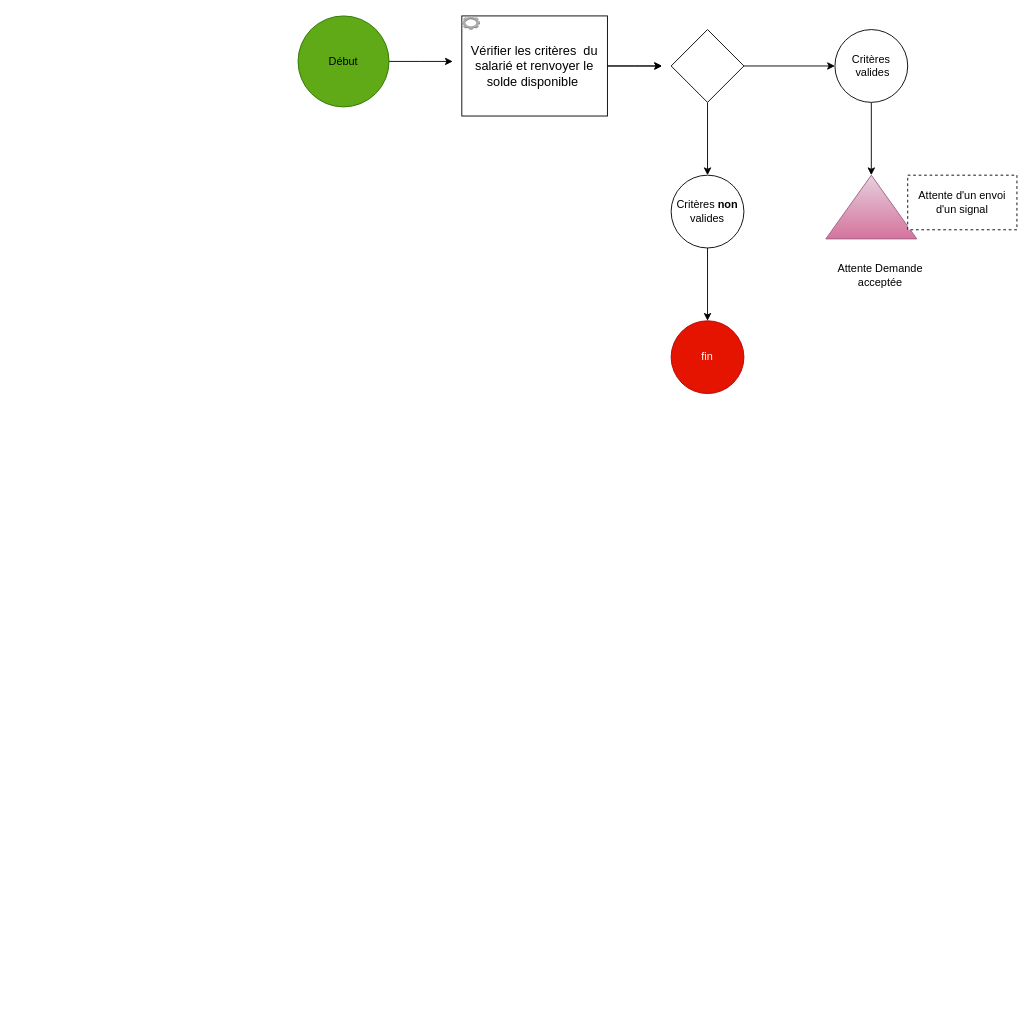
The draw.io diagram Diagramme sans nom.drawio in arabam13/workflow, before the edit. Source tidied: cells renumbered, new cells numbered last; positions are measured from the earlier drawing's top-left corner, leaving out a move shared by most shapes. Both pictures are drawn from the tidied source at 91%, with x=0, y=0 at pixel (298, 15).
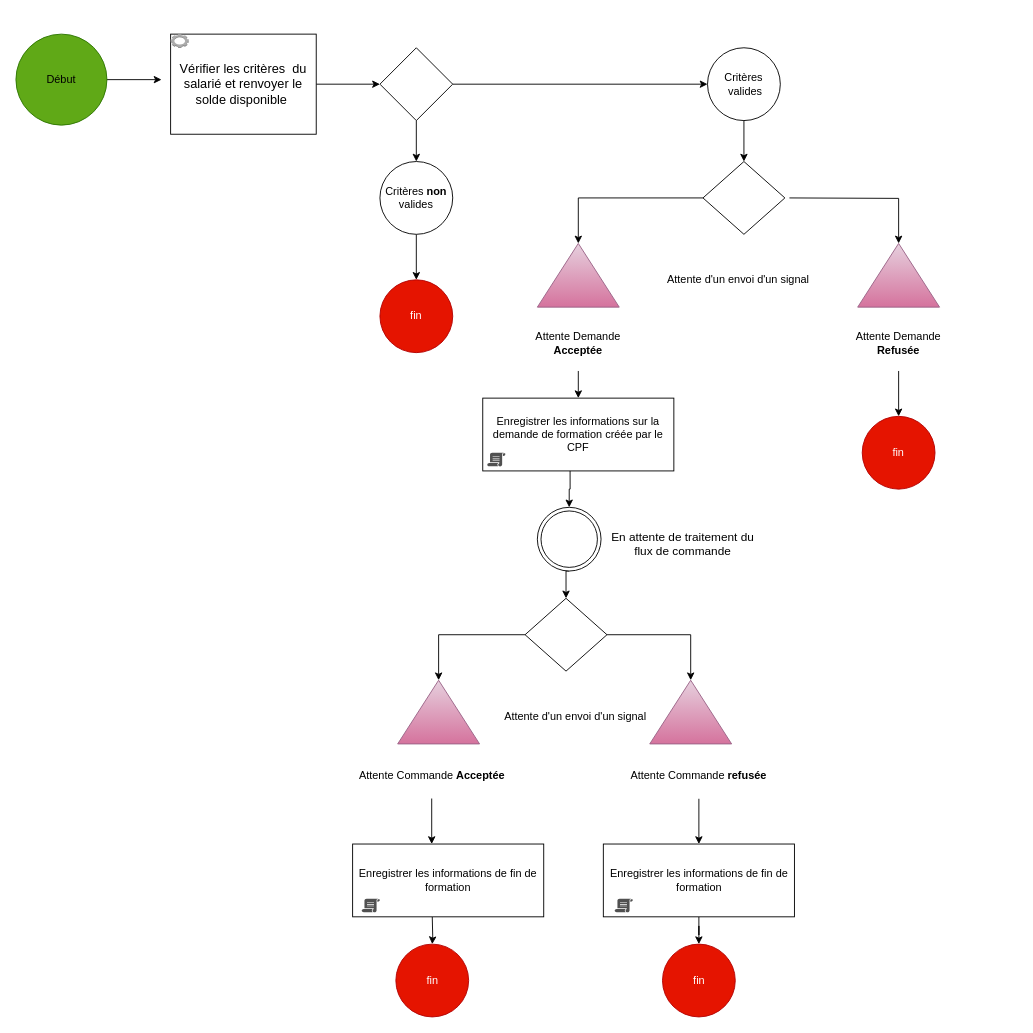
The same diagram, later.

Commit message:
Mettre à jour Diagramme sans nom.drawio

The edit, as a diff of the source:
```diff
@@
-    <mxCell id="2" style="edgeStyle=orthogonalEdgeStyle;rounded=0;jettySize=auto;html=1;" parent="1" edge="1" source="3">
+    <mxCell id="2" style="edgeStyle=orthogonalEdgeStyle;rounded=0;orthogonalLoop=1;jettySize=auto;html=1;" parent="1" edge="1">
       <mxGeometry relative="1" as="geometry">
-        <mxPoint x="170" y="50" as="targetPoint" />
+        <mxPoint x="-220" y="70" as="sourcePoint" />
+        <mxPoint x="-150" y="70" as="targetPoint" />
       </mxGeometry>
     </mxCell>
     <mxCell id="3" value="Début" style="ellipse;whiteSpace=wrap;html=1;shapeInside=1;fillColor=#60a917;fontColor=light-dark(#000000, #121212);strokeColor=#2D7600;" parent="1" vertex="1">
-      <mxGeometry width="100" height="100" as="geometry" />
+      <mxGeometry x="-310" y="20" width="100" height="100" as="geometry" />
     </mxCell>
-    <mxCell id="4" style="edgeStyle=orthogonalEdgeStyle;rounded=0;orthogonalLoop=1;jettySize=auto;html=1;innerLoopWaypoints=1;exitX=0.5;exitY=1;exitDx=0;exitDy=0;" parent="1" edge="1" source="3" target="3">
-      <mxGeometry relative="1" as="geometry" />
+    <mxCell id="4" style="edgeStyle=orthogonalEdgeStyle;rounded=0;orthogonalLoop=1;jettySize=auto;html=1;innerLoopWaypoints=1;exitX=0.5;exitY=1;exitDx=0;exitDy=0;" parent="1" edge="1">
+      <mxGeometry relative="1" as="geometry">
+        <mxPoint x="-270" y="120" as="sourcePoint" />
+        <mxPoint x="-270" y="120" as="targetPoint" />
+      </mxGeometry>
     </mxCell>
-    <mxCell id="5" style="edgeStyle=orthogonalEdgeStyle;rounded=0;jettySize=auto;html=1;" parent="1" edge="1" source="6">
-      <mxGeometry relative="1" as="geometry">
-        <mxPoint x="400" y="55" as="targetPoint" />
-      </mxGeometry>
+    <mxCell id="5" style="edgeStyle=orthogonalEdgeStyle;rounded=0;jettySize=auto;html=1;entryX=0;entryY=0.5;entryDx=0;entryDy=0;" parent="1" edge="1" source="6" target="13">
+      <mxGeometry relative="1" as="geometry" />
     </mxCell>
     <mxCell id="6" value="Vérifier les critères&amp;nbsp; du salarié et renvoyer le solde disponible&amp;nbsp;" style="rounded=0;whiteSpace=wrap;html=1;fontSize=14;" parent="1" vertex="1">
-      <mxGeometry x="180" width="160" height="110" as="geometry" />
+      <mxGeometry x="-140" y="20" width="160" height="110" as="geometry" />
     </mxCell>
     <mxCell id="7" style="dashed=0;verticalLabelPosition=bottom;verticalAlign=top;align=center;html=1;shape=mxgraph.aws3.human_intelligence_tasks_hit;fillColor=#ACACAC;gradientColor=none;" parent="1" vertex="1">
-      <mxGeometry x="180" width="20" height="15" as="geometry" />
+      <mxGeometry x="-140" y="20" width="20" height="15" as="geometry" />
     </mxCell>
     <mxCell id="8" style="verticalLabelPosition=bottom;verticalAlign=top;html=1;shape=mxgraph.basic.acute_triangle;dx=0.5;fillColor=#e6d0de;strokeColor=#996185;gradientColor=#d5739d;" parent="1" vertex="1">
-      <mxGeometry x="580" y="175" width="100" height="70" as="geometry" />
+      <mxGeometry x="263" y="250" width="90" height="70" as="geometry" />
     </mxCell>
+    <mxCell id="20" style="edgeStyle=orthogonalEdgeStyle;rounded=0;jettySize=auto;html=1;exitX=0.5;exitY=1;exitDx=0;exitDy=0;entryX=0.5;entryY=0;entryDx=0;entryDy=0;" parent="1" edge="1" source="9" target="30">
+      <mxGeometry relative="1" as="geometry" />
+    </mxCell>
-    <mxCell id="9" value="Attente Demande acceptée" style="rounded=0;whiteSpace=wrap;html=1;fillColor=default;strokeColor=none;" parent="1" vertex="1">
-      <mxGeometry x="580" y="255" width="120" height="60" as="geometry" />
+    <mxCell id="9" value="Attente Demande &lt;b&gt;Acceptée&lt;/b&gt;" style="rounded=0;whiteSpace=wrap;html=1;fillColor=default;strokeColor=none;" parent="1" vertex="1">
+      <mxGeometry x="248" y="330" width="120" height="60" as="geometry" />
     </mxCell>
-    <mxCell id="10" style="edgeStyle=orthogonalEdgeStyle;rounded=0;jettySize=auto;html=1;" parent="1" edge="1" source="6">
-      <mxGeometry relative="1" as="geometry">
-        <mxPoint x="400" y="55" as="targetPoint" />
-      </mxGeometry>
-    </mxCell>
@@
     <mxCell id="13" style="rhombus;whiteSpace=wrap;html=1;shapeInside=1;" parent="1" vertex="1">
-      <mxGeometry x="410" y="15" width="80" height="80" as="geometry" />
+      <mxGeometry x="90" y="35" width="80" height="80" as="geometry" />
     </mxCell>
@@
     <mxCell id="15" value="Critères &lt;b&gt;non&lt;/b&gt; valides" style="ellipse;whiteSpace=wrap;html=1;shapeInside=1;" parent="1" vertex="1">
-      <mxGeometry x="410" y="175" width="80" height="80" as="geometry" />
+      <mxGeometry x="90" y="160" width="80" height="80" as="geometry" />
     </mxCell>
-    <mxCell id="16" style="edgeStyle=orthogonalEdgeStyle;rounded=0;jettySize=auto;html=1;" parent="1" edge="1" source="17" target="8">
-      <mxGeometry relative="1" as="geometry" />
-    </mxCell>
+    <mxCell id="21" style="edgeStyle=orthogonalEdgeStyle;rounded=0;jettySize=auto;html=1;" parent="1" edge="1" source="17" target="23">
+      <mxGeometry relative="1" as="geometry" />
+    </mxCell>
     <mxCell id="17" value="Critères &amp;nbsp;valides" style="ellipse;whiteSpace=wrap;html=1;shapeInside=1;" parent="1" vertex="1">
-      <mxGeometry x="590" y="15" width="80" height="80" as="geometry" />
+      <mxGeometry x="450" y="35" width="80" height="80" as="geometry" />
     </mxCell>
     <mxCell id="18" value="fin" style="ellipse;whiteSpace=wrap;html=1;shapeInside=1;fillColor=#e51400;fontColor=#ffffff;strokeColor=#B20000;" parent="1" vertex="1">
-      <mxGeometry x="410" y="335" width="80" height="80" as="geometry" />
+      <mxGeometry x="90" y="290" width="80" height="80" as="geometry" />
     </mxCell>
-    <mxCell id="19" value="Attente d'un envoi d'un signal" style="whiteSpace=wrap;html=1;dashed=1;" parent="1" vertex="1">
-      <mxGeometry x="670" y="175" width="120" height="60" as="geometry" />
+    <mxCell id="19" value="Attente d'un envoi d'un signal" style="whiteSpace=wrap;html=1;dashed=1;strokeColor=none;" parent="1" vertex="1">
+      <mxGeometry x="404" y="260" width="160" height="60" as="geometry" />
     </mxCell>
+    <mxCell id="22" style="edgeStyle=orthogonalEdgeStyle;rounded=0;jettySize=auto;html=1;" parent="1" edge="1" source="23" target="8">
+      <mxGeometry relative="1" as="geometry" />
+    </mxCell>
+    <mxCell id="23" style="rhombus;whiteSpace=wrap;html=1;shapeInside=1;" parent="1" vertex="1">
+      <mxGeometry x="445" y="160" width="90" height="80" as="geometry" />
+    </mxCell>
+    <mxCell id="24" style="verticalLabelPosition=bottom;verticalAlign=top;html=1;shape=mxgraph.basic.acute_triangle;dx=0.5;fillColor=#e6d0de;strokeColor=#996185;gradientColor=#d5739d;" parent="1" vertex="1">
+      <mxGeometry x="615" y="250" width="90" height="70" as="geometry" />
+    </mxCell>
+    <mxCell id="25" style="edgeStyle=orthogonalEdgeStyle;rounded=0;jettySize=auto;html=1;entryX=0.5;entryY=0;entryDx=0;entryDy=0;" parent="1" edge="1" source="26" target="28">
+      <mxGeometry relative="1" as="geometry" />
+    </mxCell>
+    <mxCell id="26" value="Attente Demande &lt;b&gt;Refusée&lt;/b&gt;" style="rounded=0;whiteSpace=wrap;html=1;fillColor=default;strokeColor=none;" parent="1" vertex="1">
+      <mxGeometry x="600" y="330" width="120" height="60" as="geometry" />
+    </mxCell>
+    <mxCell id="27" style="edgeStyle=orthogonalEdgeStyle;rounded=0;jettySize=auto;html=1;entryX=0;entryY=0;entryDx=45;entryDy=0;entryPerimeter=0;" parent="1" edge="1" target="24">
+      <mxGeometry relative="1" as="geometry">
+        <mxPoint x="540" y="200" as="sourcePoint" />
+      </mxGeometry>
+    </mxCell>
+    <mxCell id="28" value="fin" style="ellipse;whiteSpace=wrap;html=1;shapeInside=1;fillColor=#e51400;fontColor=#ffffff;strokeColor=#B20000;" parent="1" vertex="1">
+      <mxGeometry x="620" y="440" width="80" height="80" as="geometry" />
+    </mxCell>
+    <mxCell id="29" style="edgeStyle=orthogonalEdgeStyle;rounded=0;jettySize=auto;html=1;exitX=0.457;exitY=0.956;exitDx=0;exitDy=0;exitPerimeter=0;" parent="1" edge="1" source="30" target="33">
+      <mxGeometry relative="1" as="geometry" />
+    </mxCell>
+    <mxCell id="30" value="Enregistrer les informations sur la demande de formation créée par le CPF" style="rounded=0;whiteSpace=wrap;html=1;" parent="1" vertex="1">
+      <mxGeometry x="203" y="420" width="210" height="80" as="geometry" />
+    </mxCell>
+    <mxCell id="31" style="sketch=0;shadow=0;dashed=0;html=1;strokeColor=none;fillColor=#505050;labelPosition=center;verticalLabelPosition=bottom;verticalAlign=top;align=center;shape=mxgraph.office.concepts.script;" parent="1" vertex="1">
+      <mxGeometry x="208" y="480" width="20" height="15" as="geometry" />
+    </mxCell>
+    <mxCell id="32" style="edgeStyle=orthogonalEdgeStyle;rounded=0;jettySize=auto;html=1;exitX=0.5;exitY=1;exitDx=0;exitDy=0;entryX=0.5;entryY=0;entryDx=0;entryDy=0;" parent="1" edge="1" source="33" target="38">
+      <mxGeometry relative="1" as="geometry" />
+    </mxCell>
+    <mxCell id="33" style="ellipse;shape=doubleEllipse;whiteSpace=wrap;html=1;" parent="1" vertex="1">
+      <mxGeometry x="263" y="540" width="70" height="70" as="geometry" />
+    </mxCell>
+    <mxCell id="34" value="En attente de traitement du flux de commande" style="rounded=0;whiteSpace=wrap;html=1;strokeColor=none;fontSize=13;" parent="1" vertex="1">
+      <mxGeometry x="343" y="550" width="160" height="60" as="geometry" />
+    </mxCell>
+    <mxCell id="35" style="verticalLabelPosition=bottom;verticalAlign=top;html=1;shape=mxgraph.basic.acute_triangle;dx=0.5;fillColor=#e6d0de;strokeColor=#996185;gradientColor=#d5739d;" parent="1" vertex="1">
+      <mxGeometry x="109.5" y="730" width="90" height="70" as="geometry" />
+    </mxCell>
+    <mxCell id="36" value="Attente Commande &lt;b&gt;Acceptée&lt;/b&gt;" style="rounded=0;whiteSpace=wrap;html=1;fillColor=default;strokeColor=none;" parent="1" vertex="1">
+      <mxGeometry x="60" y="810" width="175" height="50" as="geometry" />
+    </mxCell>
+    <mxCell id="37" value="Attente d'un envoi d'un signal" style="whiteSpace=wrap;html=1;dashed=1;strokeColor=none;" parent="1" vertex="1">
+      <mxGeometry x="224.5" y="740" width="160" height="60" as="geometry" />
+    </mxCell>
+    <mxCell id="38" style="rhombus;whiteSpace=wrap;html=1;shapeInside=1;" parent="1" vertex="1">
+      <mxGeometry x="249.5" y="640" width="90" height="80" as="geometry" />
+    </mxCell>
+    <mxCell id="39" style="verticalLabelPosition=bottom;verticalAlign=top;html=1;shape=mxgraph.basic.acute_triangle;dx=0.5;fillColor=#e6d0de;strokeColor=#996185;gradientColor=#d5739d;" parent="1" vertex="1">
+      <mxGeometry x="386.5" y="730" width="90" height="70" as="geometry" />
+    </mxCell>
+    <mxCell id="40" style="edgeStyle=orthogonalEdgeStyle;rounded=0;jettySize=auto;html=1;exitX=0;exitY=0.5;exitDx=0;exitDy=0;entryX=0;entryY=0;entryDx=45;entryDy=0;entryPerimeter=0;" parent="1" edge="1" source="38" target="35">
+      <mxGeometry relative="1" as="geometry" />
+    </mxCell>
+    <mxCell id="41" style="edgeStyle=orthogonalEdgeStyle;rounded=0;jettySize=auto;html=1;" parent="1" edge="1" source="42" target="45">
+      <mxGeometry relative="1" as="geometry" />
+    </mxCell>
+    <mxCell id="42" value="Attente Commande&lt;b&gt;&amp;nbsp;refusée&lt;/b&gt;" style="rounded=0;whiteSpace=wrap;html=1;fillColor=default;strokeColor=none;" parent="1" vertex="1">
+      <mxGeometry x="353" y="810" width="175" height="50" as="geometry" />
+    </mxCell>
+    <mxCell id="43" style="edgeStyle=orthogonalEdgeStyle;rounded=0;jettySize=auto;html=1;exitX=1;exitY=0.5;exitDx=0;exitDy=0;entryX=0;entryY=0;entryDx=45;entryDy=0;entryPerimeter=0;" parent="1" edge="1" source="38" target="39">
+      <mxGeometry relative="1" as="geometry" />
+    </mxCell>
+    <mxCell id="44" style="edgeStyle=orthogonalEdgeStyle;rounded=0;jettySize=auto;html=1;" parent="1" edge="1" source="45" target="47">
+      <mxGeometry relative="1" as="geometry" />
+    </mxCell>
+    <mxCell id="45" value="Enregistrer les informations de fin de formation" style="rounded=0;whiteSpace=wrap;html=1;" parent="1" vertex="1">
+      <mxGeometry x="335.5" y="910" width="210" height="80" as="geometry" />
+    </mxCell>
+    <mxCell id="46" style="sketch=0;shadow=0;dashed=0;html=1;strokeColor=none;fillColor=#505050;labelPosition=center;verticalLabelPosition=bottom;verticalAlign=top;align=center;shape=mxgraph.office.concepts.script;" parent="1" vertex="1">
+      <mxGeometry x="348" y="970" width="20" height="15" as="geometry" />
+    </mxCell>
+    <mxCell id="47" value="fin" style="ellipse;whiteSpace=wrap;html=1;shapeInside=1;fillColor=#e51400;fontColor=#ffffff;strokeColor=#B20000;direction=south;" parent="1" vertex="1">
+      <mxGeometry x="400.5" y="1020" width="80" height="80" as="geometry" />
+    </mxCell>
+    <mxCell id="48" value="fin" style="ellipse;whiteSpace=wrap;html=1;shapeInside=1;fillColor=#e51400;fontColor=#ffffff;strokeColor=#B20000;direction=south;" parent="1" vertex="1">
+      <mxGeometry x="107.5" y="1020" width="80" height="80" as="geometry" />
+    </mxCell>
+    <mxCell id="49" style="edgeStyle=orthogonalEdgeStyle;rounded=0;orthogonalLoop=1;jettySize=auto;html=1;" parent="1" edge="1">
+      <mxGeometry relative="1" as="geometry">
+        <mxPoint x="146.9" y="860" as="sourcePoint" />
+        <mxPoint x="146.9" y="910" as="targetPoint" />
+      </mxGeometry>
+    </mxCell>
+    <mxCell id="50" style="edgeStyle=orthogonalEdgeStyle;rounded=0;jettySize=auto;html=1;" parent="1" edge="1" target="48">
+      <mxGeometry relative="1" as="geometry">
+        <mxPoint x="147.5" y="990" as="sourcePoint" />
+      </mxGeometry>
+    </mxCell>
+    <mxCell id="51" value="Enregistrer les informations de fin de formation" style="rounded=0;whiteSpace=wrap;html=1;" parent="1" vertex="1">
+      <mxGeometry x="60" y="910" width="210" height="80" as="geometry" />
+    </mxCell>
+    <mxCell id="52" style="sketch=0;shadow=0;dashed=0;html=1;strokeColor=none;fillColor=#505050;labelPosition=center;verticalLabelPosition=bottom;verticalAlign=top;align=center;shape=mxgraph.office.concepts.script;" parent="1" vertex="1">
+      <mxGeometry x="70" y="970" width="20" height="15" as="geometry" />
+    </mxCell>
```
